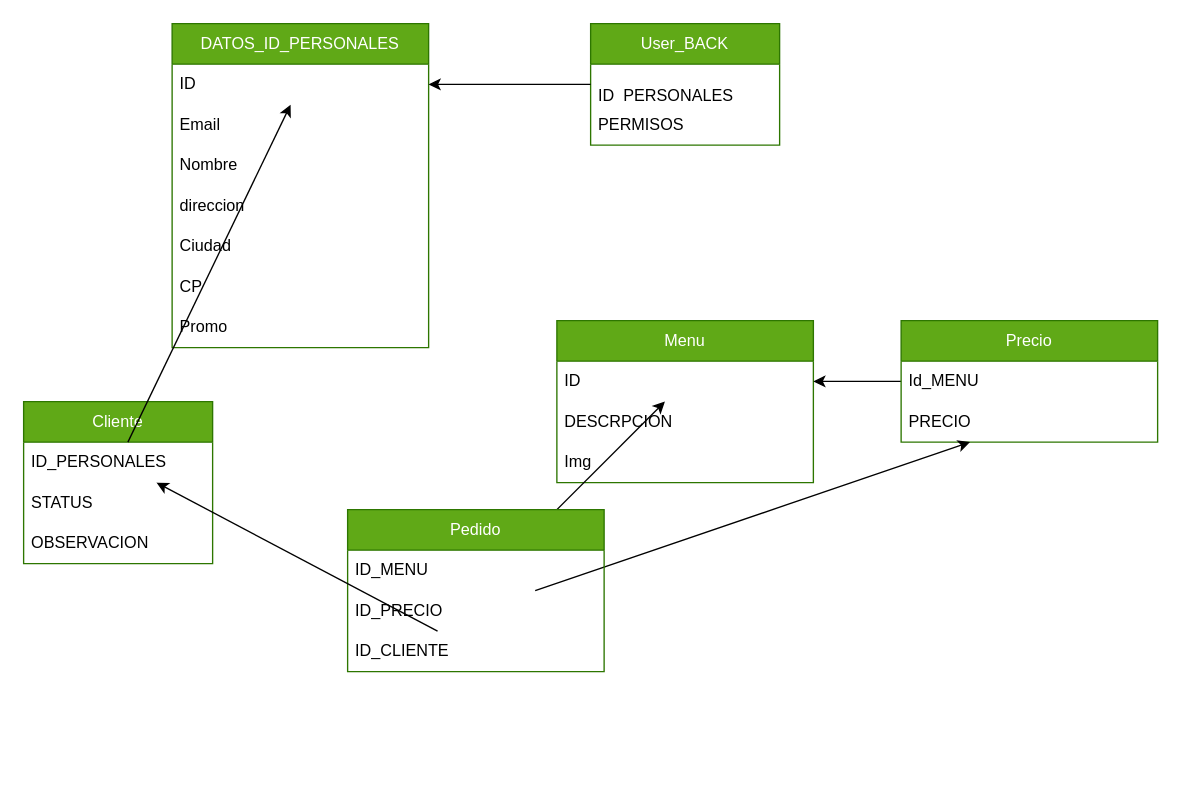
Earlier version of the draw.io diagram page "Page-1" (1 of 3) of diagrama.drawio (chiappegus/pizzeria_Py). Source tidied: cells renumbered, new cells numbered last; positions are measured from the earlier drawing's top-left corner, leaving out a move shared by most shapes. Both pictures are drawn from the tidied source at 135%, with x=0, y=0 at pixel (23, 23).
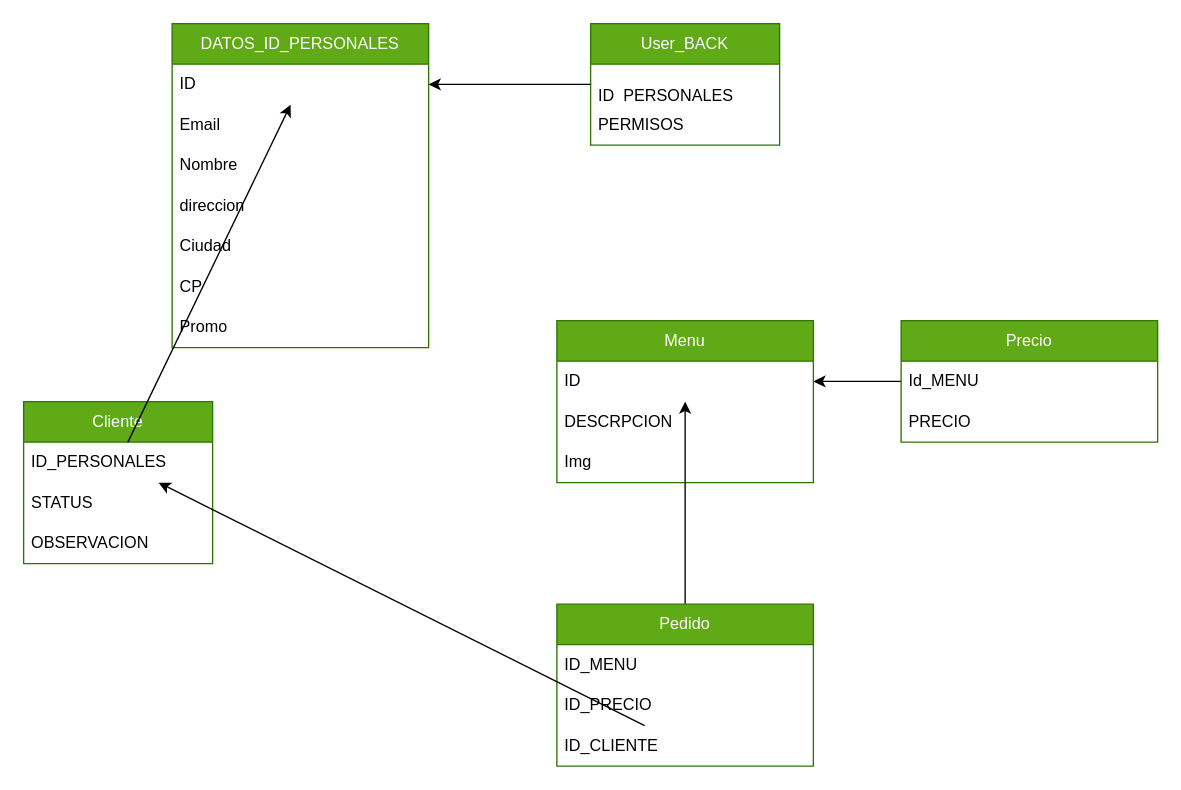
The same page after the edit.

Unchanged cells that the change refers to:
```xml
<mxCell id="24" value="PRECIO" style="text;strokeColor=none;fillColor=none;align=left;verticalAlign=middle;spacingLeft=4;spacingRight=4;overflow=hidden;points=[[0,0.5],[1,0.5]];portConstraint=eastwest;whiteSpace=wrap;html=1;" parent="22" vertex="1">
  <mxGeometry y="60" width="190" height="30" as="geometry" />
</mxCell>
<mxCell id="29" value="ID_PRECIO" style="text;strokeColor=none;fillColor=none;align=left;verticalAlign=middle;spacingLeft=4;spacingRight=4;overflow=hidden;points=[[0,0.5],[1,0.5]];portConstraint=eastwest;whiteSpace=wrap;html=1;" parent="27" vertex="1">
  <mxGeometry y="60" width="190" height="30" as="geometry" />
</mxCell>
```

What changed in the source:
```diff
@@
-    <mxCell id="25" style="edgeStyle=none;html=1;" parent="1" edge="1" source="29" target="24">
-      <mxGeometry relative="1" as="geometry" />
-    </mxCell>
@@
     <mxCell id="27" value="&lt;span style=&quot;text-align: left;&quot;&gt;Pedido&lt;/span&gt;" style="swimlane;fontStyle=0;horizontal=1;startSize=30;whiteSpace=wrap;html=1;fillColor=#60a917;fontColor=#ffffff;strokeColor=#2D7600;" parent="1" vertex="1">
-      <mxGeometry x="240" y="360" width="190" height="120" as="geometry" />
+      <mxGeometry x="395" y="430" width="190" height="120" as="geometry" />
     </mxCell>
```
